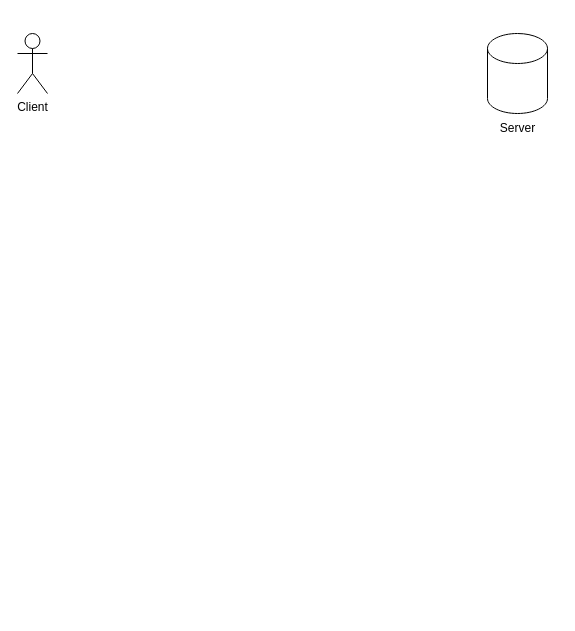
Earlier version of the draw.io diagram pcMappingInterface.drawio (Jev0987/drawioFile). Source tidied: cells renumbered, new cells numbered last; positions are measured from the earlier drawing's top-left corner, leaving out a move shared by most shapes. Both pictures are drawn from the tidied source at 100%, with x=0, y=0 at pixel (17, 33).
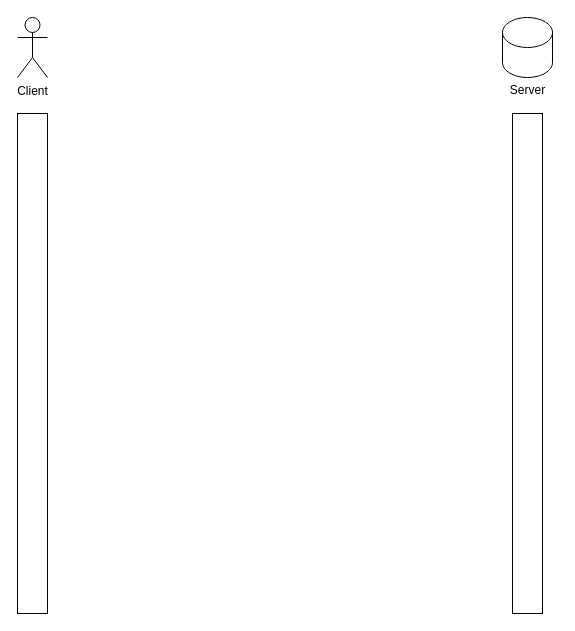
The same page after the edit.

The edit, as a diff of the source:
```diff
@@
 <mxGraphModel>
   <root>
     <mxCell id="0" />
     <mxCell id="1" parent="0" />
     <mxCell id="2" value="Client" style="shape=umlActor;verticalLabelPosition=bottom;verticalAlign=top;html=1;" parent="1" vertex="1">
-      <mxGeometry width="30" height="60" as="geometry" />
+      <mxGeometry y="-16" width="30" height="60" as="geometry" />
     </mxCell>
     <mxCell id="3" style="shape=cylinder3;whiteSpace=wrap;html=1;boundedLbl=1;backgroundOutline=1;size=15;" parent="1" vertex="1">
-      <mxGeometry x="470" width="60" height="80" as="geometry" />
+      <mxGeometry x="485" y="-16" width="50" height="60" as="geometry" />
     </mxCell>
     <mxCell id="4" value="Server" style="text;html=1;align=center;verticalAlign=middle;strokeColor=none;fillColor=none;" parent="1" vertex="1">
-      <mxGeometry x="470" y="80" width="60" height="30" as="geometry" />
+      <mxGeometry x="480" y="42" width="60" height="30" as="geometry" />
     </mxCell>
+    <mxCell id="5" style="rounded=0;whiteSpace=wrap;html=1;" parent="1" vertex="1">
+      <mxGeometry y="80" width="30" height="500" as="geometry" />
+    </mxCell>
+    <mxCell id="6" style="rounded=0;whiteSpace=wrap;html=1;" parent="1" vertex="1">
+      <mxGeometry x="495" y="80" width="30" height="500" as="geometry" />
+    </mxCell>
   </root>
 </mxGraphModel>
```
